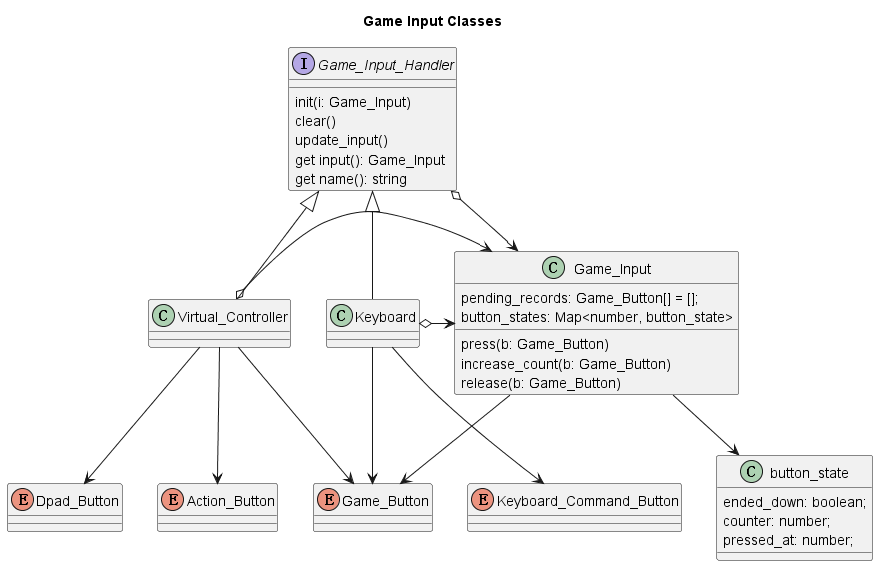
Before: notes/Game_Input.png, a diagram exported from PlantUML (point23/poly-the-shape-of-everything).
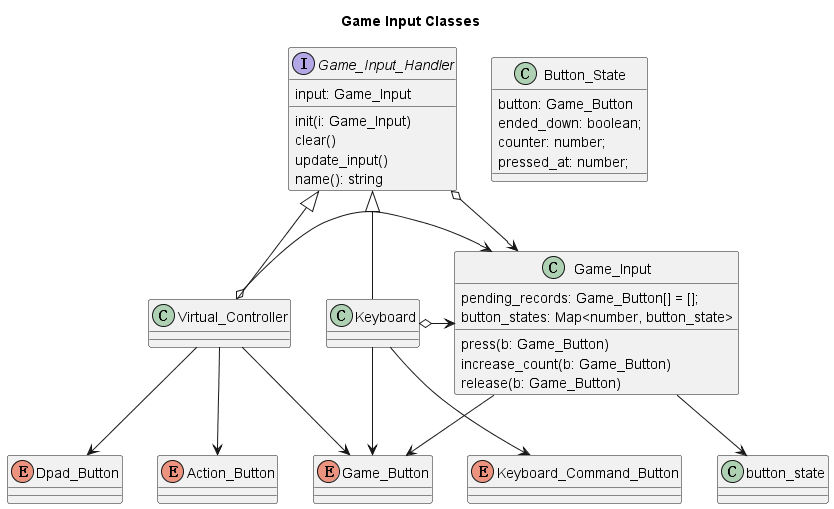
After the change.

What changed in the source:
```diff
@@ -2,7 +2,8 @@
 
 title Game Input Classes
 
-class button_state {
+class Button_State {
+    button: Game_Button
     ended_down: boolean;
     counter: number;
     pressed_at: number;
@@ -17,11 +18,11 @@
 }
 
 interface Game_Input_Handler {
+    input: Game_Input
     init(i: Game_Input)
     clear()
     update_input()
-    get input(): Game_Input
-    get name(): string
+    name(): string
 }
 
 class Virtual_Controller extends Game_Input_Handler
```
